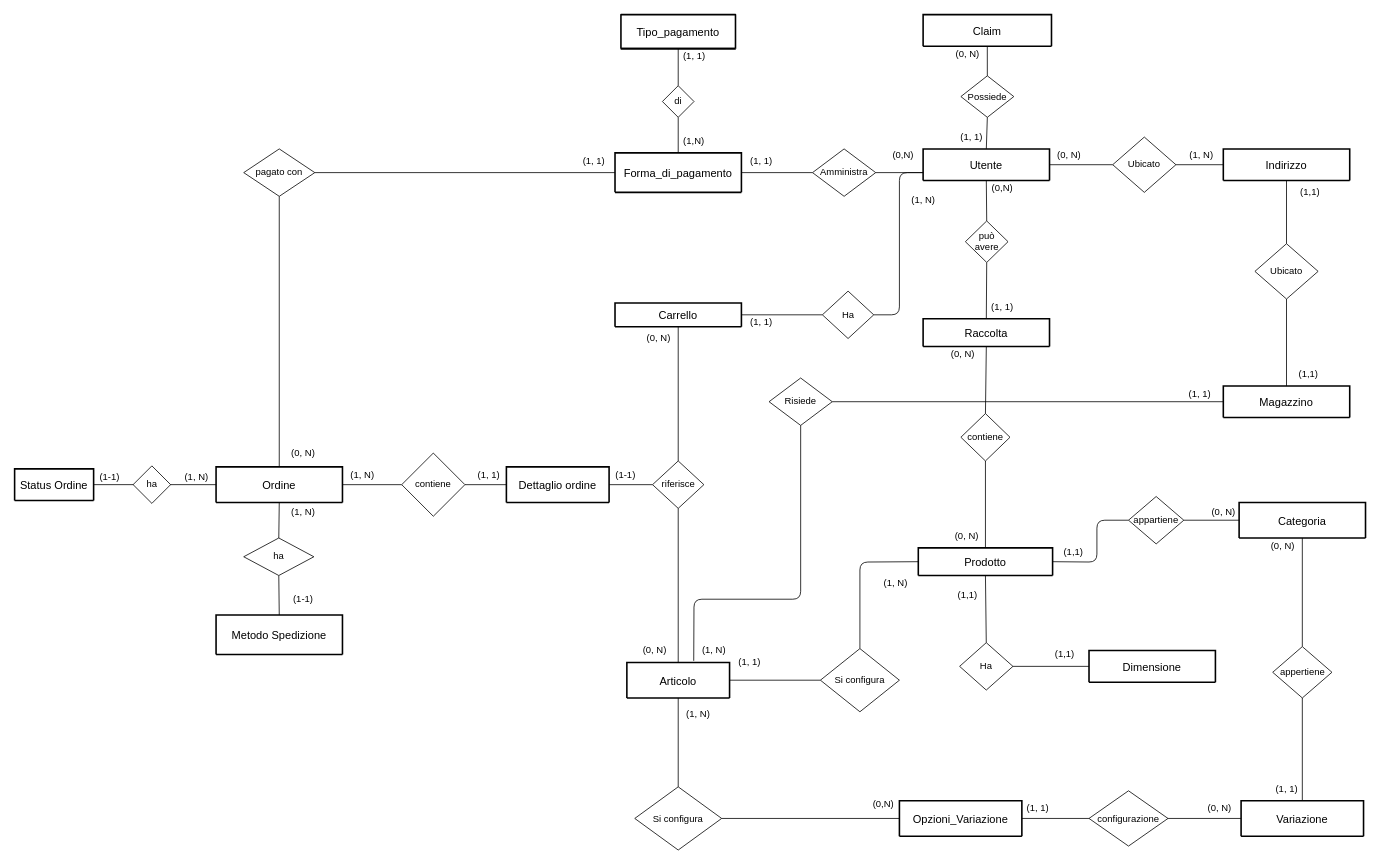
Before: doc/schema_scheletro.drawio in EndriDomiUni/E-commerce, a draw.io diagram. Source tidied: cells renumbered, new cells numbered last; positions are measured from the earlier drawing's top-left corner, leaving out a move shared by most shapes. Both pictures are drawn from the tidied source at 79%, with x=0, y=0 at pixel (14, 14).
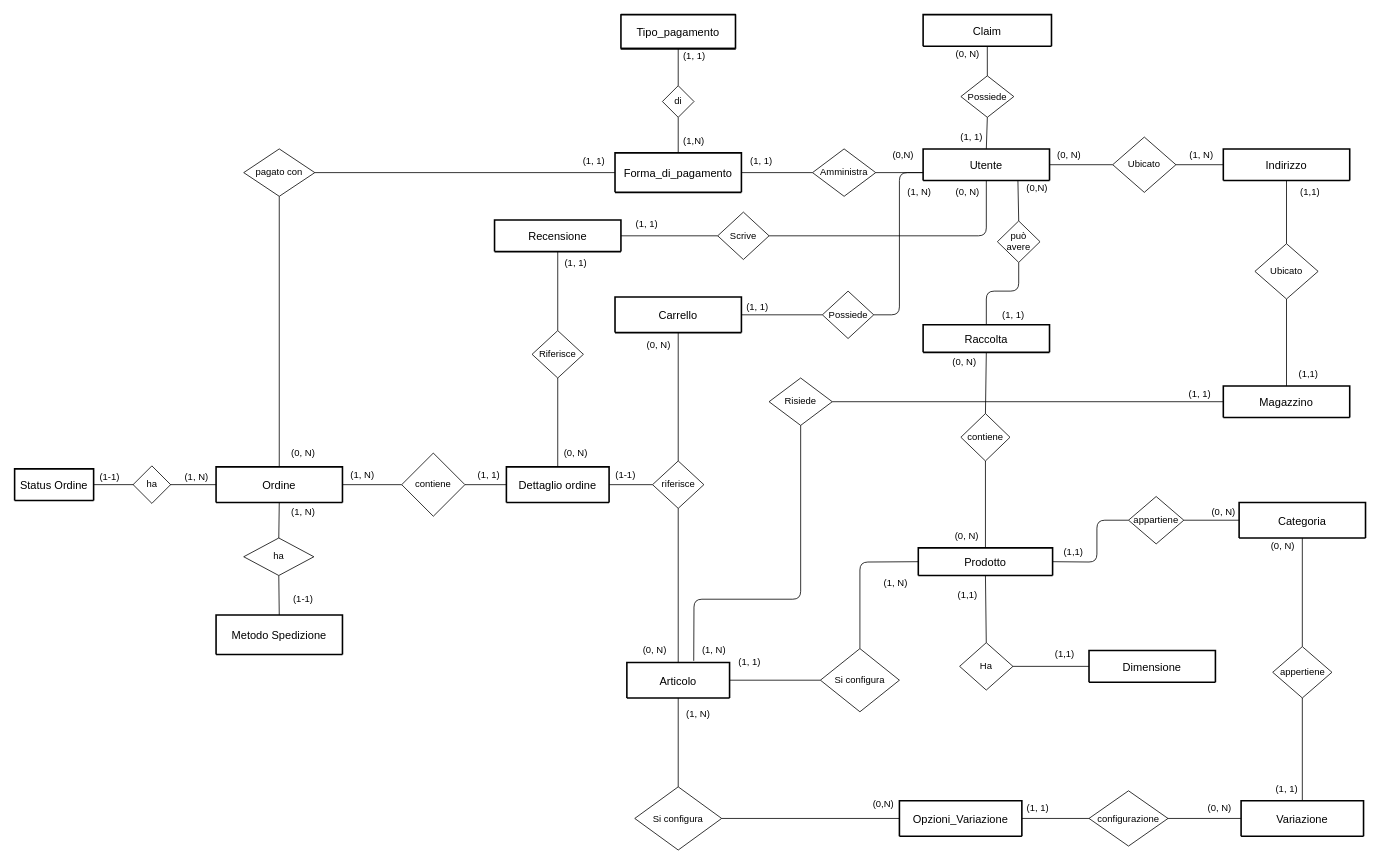
The same diagram, later.

Unchanged cells that the change refers to:
```xml
<mxCell id="2" value="Utente" style="swimlane;horizontal=1;startSize=130;rounded=1;fontSize=14;fontStyle=0;strokeWidth=2;shadow=0;dashed=0;align=center;" parent="1" vertex="1">
  <mxGeometry x="1150" y="170" width="160" height="40" as="geometry" />
</mxCell>
<mxCell id="69" value="Dettaglio ordine" style="swimlane;horizontal=1;startSize=65;rounded=1;fontSize=14;fontStyle=0;strokeWidth=2;shadow=0;dashed=0;align=center;" parent="1" vertex="1">
  <mxGeometry x="622.5" y="572.5" width="130" height="45" as="geometry" />
</mxCell>
```

Change to the diagram source:
```diff
@@
+    <mxCell id="125" style="edgeStyle=none;html=1;exitX=0.5;exitY=1;exitDx=0;exitDy=0;entryX=1;entryY=0.5;entryDx=0;entryDy=0;endArrow=none;endFill=0;" parent="1" edge="1" source="2" target="128">
+      <mxGeometry relative="1" as="geometry">
+        <Array as="points">
+          <mxPoint x="1230" y="280" />
+        </Array>
+      </mxGeometry>
+    </mxCell>
@@
-    <mxCell id="16" value="Carrello" style="swimlane;horizontal=1;startSize=30;rounded=1;fontSize=14;fontStyle=0;strokeWidth=2;shadow=0;dashed=0;align=center;" parent="1" vertex="1">
-      <mxGeometry x="760" y="365" width="160" height="30" as="geometry" />
+    <mxCell id="16" value="Carrello" style="swimlane;horizontal=1;startSize=45;rounded=1;fontSize=14;fontStyle=0;strokeWidth=2;shadow=0;dashed=0;align=center;" parent="1" vertex="1">
+      <mxGeometry x="760" y="357.5" width="160" height="45" as="geometry" />
     </mxCell>
@@
-    <mxCell id="19" value="Ha" style="shape=rhombus;perimeter=rhombusPerimeter;whiteSpace=wrap;html=1;align=center;" parent="1" vertex="1">
+    <mxCell id="19" value="Possiede" style="shape=rhombus;perimeter=rhombusPerimeter;whiteSpace=wrap;html=1;align=center;" parent="1" vertex="1">
       <mxGeometry x="1022.5" y="350" width="65" height="60" as="geometry" />
     </mxCell>
@@
     <mxCell id="77" value="(0, N)" style="text;html=1;align=center;verticalAlign=middle;strokeColor=none;fillColor=none;" parent="1" vertex="1">
-      <mxGeometry x="790" y="400" width="50" height="20" as="geometry" />
+      <mxGeometry x="790" y="407.5" width="50" height="20" as="geometry" />
     </mxCell>
@@
     <mxCell id="82" value="(1, N)" style="text;html=1;align=center;verticalAlign=middle;strokeColor=none;fillColor=none;" parent="1" vertex="1">
-      <mxGeometry x="1125" y="225" width="50" height="20" as="geometry" />
+      <mxGeometry x="1120" y="215" width="50" height="20" as="geometry" />
     </mxCell>
@@
     <mxCell id="85" value="(1, 1)" style="text;html=1;align=center;verticalAlign=middle;strokeColor=none;fillColor=none;" parent="1" vertex="1">
-      <mxGeometry x="925" y="380" width="40" height="20" as="geometry" />
+      <mxGeometry x="920" y="360" width="40" height="20" as="geometry" />
     </mxCell>
@@
     <mxCell id="87" value="Raccolta" style="swimlane;horizontal=1;startSize=65;rounded=1;fontSize=14;fontStyle=0;strokeWidth=2;shadow=0;dashed=0;align=center;" parent="1" vertex="1">
-      <mxGeometry x="1150" y="385" width="160" height="35" as="geometry" />
+      <mxGeometry x="1150" y="392.5" width="160" height="35" as="geometry" />
     </mxCell>
-    <mxCell id="88" style="edgeStyle=none;html=1;exitX=0.5;exitY=0;exitDx=0;exitDy=0;entryX=0.5;entryY=1;entryDx=0;entryDy=0;startArrow=none;startFill=0;endArrow=none;endFill=0;" parent="1" edge="1" source="90" target="2">
+    <mxCell id="88" style="edgeStyle=none;html=1;exitX=0.5;exitY=0;exitDx=0;exitDy=0;entryX=0.75;entryY=1;entryDx=0;entryDy=0;startArrow=none;startFill=0;endArrow=none;endFill=0;" parent="1" edge="1" source="90" target="2">
       <mxGeometry relative="1" as="geometry" />
     </mxCell>
     <mxCell id="89" style="edgeStyle=none;html=1;exitX=0.5;exitY=1;exitDx=0;exitDy=0;entryX=0.5;entryY=0;entryDx=0;entryDy=0;startArrow=none;startFill=0;endArrow=none;endFill=0;" parent="1" edge="1" source="90" target="87">
-      <mxGeometry relative="1" as="geometry" />
+      <mxGeometry relative="1" as="geometry">
+        <Array as="points">
+          <mxPoint x="1271" y="350" />
+          <mxPoint x="1230" y="350" />
+        </Array>
+      </mxGeometry>
     </mxCell>
     <mxCell id="90" value="può avere" style="shape=rhombus;perimeter=rhombusPerimeter;whiteSpace=wrap;html=1;align=center;" parent="1" vertex="1">
-      <mxGeometry x="1203.5" y="261.2" width="54" height="52.5" as="geometry" />
+      <mxGeometry x="1244" y="261.2" width="54" height="52.5" as="geometry" />
     </mxCell>
@@
     <mxCell id="94" value="(1, 1)" style="text;html=1;align=center;verticalAlign=middle;strokeColor=none;fillColor=none;" parent="1" vertex="1">
-      <mxGeometry x="1230" y="360" width="40" height="20" as="geometry" />
+      <mxGeometry x="1244" y="370" width="40" height="20" as="geometry" />
     </mxCell>
@@
     <mxCell id="96" value="(0,N)" style="text;html=1;align=center;verticalAlign=middle;strokeColor=none;fillColor=none;" parent="1" vertex="1">
-      <mxGeometry x="1230" y="210" width="40" height="20" as="geometry" />
+      <mxGeometry x="1273.9" y="210" width="40" height="20" as="geometry" />
     </mxCell>
     <mxCell id="97" value="(0, N)" style="text;html=1;align=center;verticalAlign=middle;strokeColor=none;fillColor=none;" parent="1" vertex="1">
-      <mxGeometry x="1175" y="420" width="50" height="20" as="geometry" />
+      <mxGeometry x="1176.5" y="430" width="50" height="20" as="geometry" />
     </mxCell>
@@
+    <mxCell id="126" style="edgeStyle=none;html=1;entryX=0.5;entryY=0;entryDx=0;entryDy=0;endArrow=none;endFill=0;exitX=0.5;exitY=1;exitDx=0;exitDy=0;" parent="1" edge="1" source="134" target="69">
+      <mxGeometry relative="1" as="geometry" />
+    </mxCell>
+    <mxCell id="127" style="edgeStyle=none;html=1;exitX=0;exitY=0.5;exitDx=0;exitDy=0;entryX=1;entryY=0.5;entryDx=0;entryDy=0;endArrow=none;endFill=0;" parent="1" edge="1" source="128" target="131">
+      <mxGeometry relative="1" as="geometry" />
+    </mxCell>
+    <mxCell id="128" value="Scrive" style="shape=rhombus;perimeter=rhombusPerimeter;whiteSpace=wrap;html=1;align=center;" parent="1" vertex="1">
+      <mxGeometry x="890" y="250" width="65" height="60" as="geometry" />
+    </mxCell>
+    <mxCell id="129" value="(0, N)" style="text;html=1;align=center;verticalAlign=middle;strokeColor=none;fillColor=none;" parent="1" vertex="1">
+      <mxGeometry x="685" y="540" width="50" height="30" as="geometry" />
+    </mxCell>
+    <mxCell id="130" value="(0, N)" style="text;html=1;align=center;verticalAlign=middle;strokeColor=none;fillColor=none;" parent="1" vertex="1">
+      <mxGeometry x="1181" y="210" width="50" height="30" as="geometry" />
+    </mxCell>
+    <mxCell id="131" value="Recensione" style="swimlane;horizontal=1;startSize=130;rounded=1;fontSize=14;fontStyle=0;strokeWidth=2;shadow=0;dashed=0;align=center;" parent="1" vertex="1">
+      <mxGeometry x="607.5" y="260" width="160" height="40" as="geometry" />
+    </mxCell>
+    <mxCell id="132" value="(1, 1)" style="text;html=1;align=center;verticalAlign=middle;strokeColor=none;fillColor=none;" parent="1" vertex="1">
+      <mxGeometry x="775" y="250" width="50" height="30" as="geometry" />
+    </mxCell>
+    <mxCell id="133" style="edgeStyle=none;html=1;exitX=0.5;exitY=0;exitDx=0;exitDy=0;entryX=0.5;entryY=1;entryDx=0;entryDy=0;endArrow=none;endFill=0;" parent="1" edge="1" source="134" target="131">
+      <mxGeometry relative="1" as="geometry" />
+    </mxCell>
+    <mxCell id="134" value="Riferisce" style="shape=rhombus;perimeter=rhombusPerimeter;whiteSpace=wrap;html=1;align=center;" parent="1" vertex="1">
+      <mxGeometry x="655" y="400" width="65" height="60" as="geometry" />
+    </mxCell>
+    <mxCell id="135" value="(1, 1)" style="text;html=1;align=center;verticalAlign=middle;strokeColor=none;fillColor=none;" parent="1" vertex="1">
+      <mxGeometry x="685" y="300" width="50" height="30" as="geometry" />
+    </mxCell>
```
